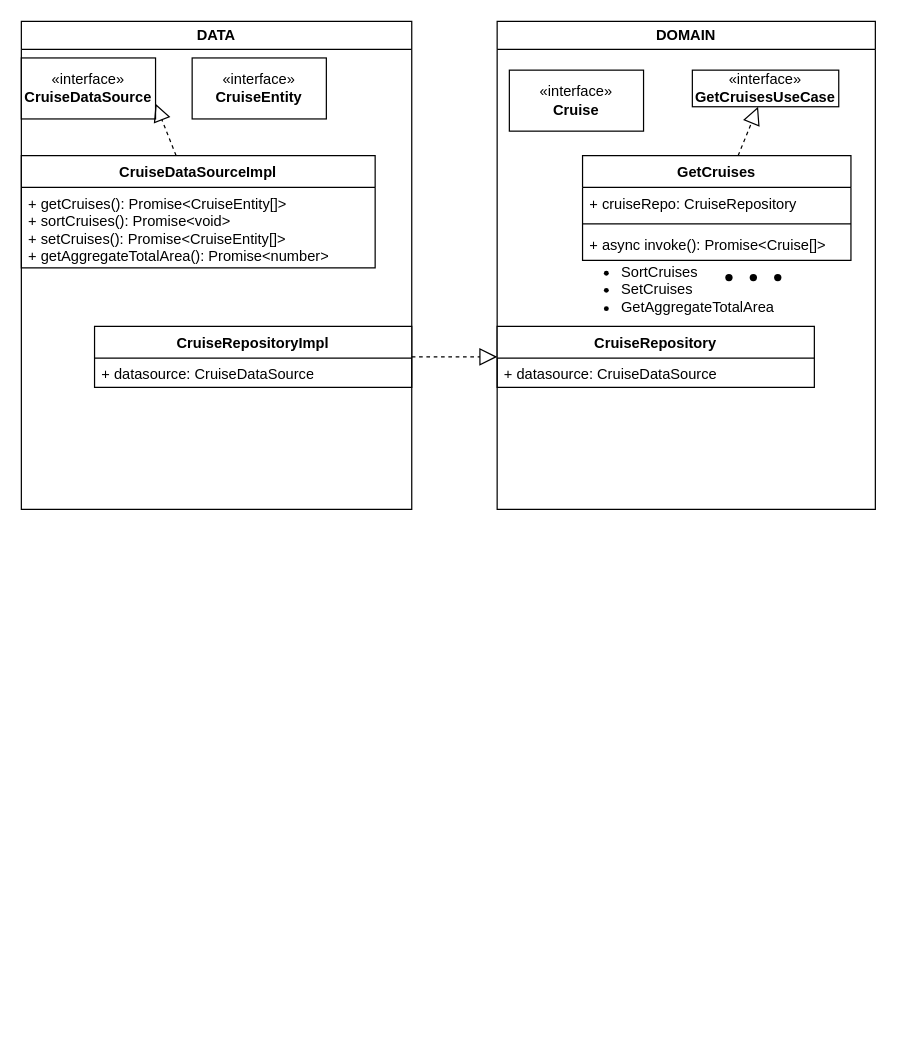
Above: Untitled Diagram.drawio in jph6366/tide-pool (draw.io), before the change. Source tidied: cells renumbered, new cells numbered last; positions are measured from the earlier drawing's top-left corner, leaving out a move shared by most shapes. Both pictures are drawn from the tidied source at 122%, with x=0, y=0 at pixel (21, 21).
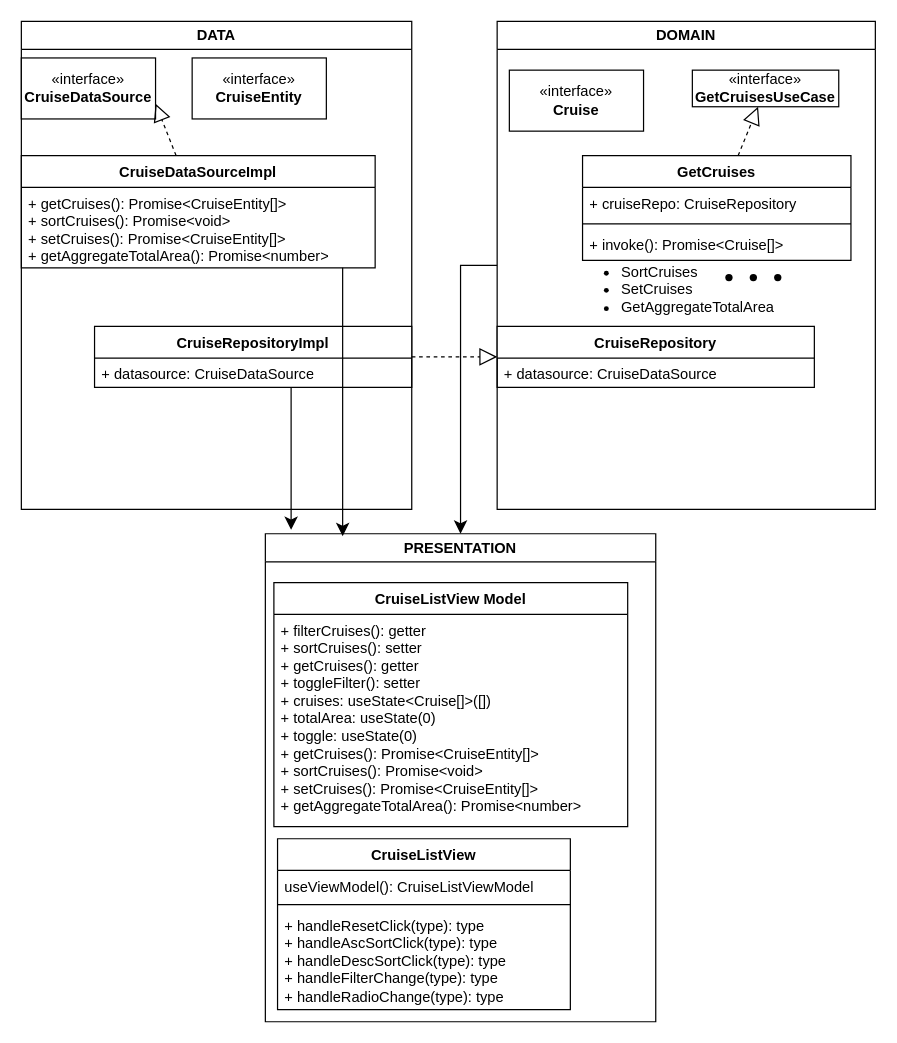
The same diagram, later.

Unchanged cells that the change refers to:
```xml
<mxCell id="4" value="&lt;b&gt;CruiseDataSourceImpl&lt;/b&gt;" style="swimlane;fontStyle=1;align=center;verticalAlign=top;horizontal=1;startSize=26;whiteSpace=wrap;html=1;" parent="2" vertex="1">
  <mxGeometry y="110" width="290" height="92" as="geometry" />
</mxCell>
<mxCell id="6" value="CruiseRepositoryImpl" style="swimlane;fontStyle=1;align=center;verticalAlign=top;horizontal=1;startSize=26;whiteSpace=wrap;html=1;" parent="2" vertex="1">
  <mxGeometry x="60" y="250" width="260" height="50" as="geometry" />
</mxCell>
<mxCell id="10" value="DOMAIN" style="swimlane;whiteSpace=wrap;html=1;" parent="1" vertex="1">
  <mxGeometry x="390" width="310" height="400" as="geometry" />
</mxCell>
<mxCell id="15" value="GetCruises" style="swimlane;fontStyle=1;align=center;verticalAlign=top;horizontal=1;startSize=26;whiteSpace=wrap;html=1;" parent="10" vertex="1">
  <mxGeometry x="70" y="110" width="220" height="86" as="geometry" />
</mxCell>
```

Change to the diagram source:
```diff
@@
-    <mxCell id="18" value="+ async invoke(): Promise&amp;lt;Cruise[]&amp;gt;" style="text;strokeColor=none;fillColor=none;align=left;verticalAlign=top;spacingLeft=4;spacingRight=4;overflow=hidden;whiteSpace=wrap;html=1;" parent="15" vertex="1">
+    <mxCell id="18" value="+ invoke(): Promise&amp;lt;Cruise[]&amp;gt;" style="text;strokeColor=none;fillColor=none;align=left;verticalAlign=top;spacingLeft=4;spacingRight=4;overflow=hidden;whiteSpace=wrap;html=1;" parent="15" vertex="1">
       <mxGeometry y="60" width="220" height="26" as="geometry" />
     </mxCell>
@@
+    <mxCell id="25" value="PRESENTATION" style="swimlane;whiteSpace=wrap;html=1;" parent="1" vertex="1">
+      <mxGeometry x="200" y="420" width="320" height="400" as="geometry" />
+    </mxCell>
+    <mxCell id="26" value="&lt;b&gt;CruiseListView Model&lt;/b&gt;" style="swimlane;fontStyle=1;align=center;verticalAlign=top;horizontal=1;startSize=26;whiteSpace=wrap;html=1;" parent="25" vertex="1">
+      <mxGeometry x="7" y="40" width="290" height="200" as="geometry" />
+    </mxCell>
+    <mxCell id="27" value="&lt;div&gt;+ filterCruises(): getter&lt;div&gt;+ sortCruises(): setter&lt;/div&gt;&lt;div&gt;+ getCruises(): getter&lt;div&gt;+ toggleFilter(): setter&lt;/div&gt;&lt;/div&gt;&lt;div&gt;+ cruises:&amp;nbsp;useState&amp;lt;Cruise[]&amp;gt;([])&lt;div&gt;+ totalArea:&amp;nbsp;useState(0)&lt;/div&gt;&lt;/div&gt;&lt;div&gt;+ toggle:&amp;nbsp;useState(0)&lt;/div&gt;&lt;/div&gt;+ getCruises():&amp;nbsp;Promise&amp;lt;CruiseEntity[]&amp;gt;&lt;div&gt;+ sortCruises(): Promise&amp;lt;void&amp;gt;&lt;/div&gt;&lt;div&gt;+ setCruises(): Promise&amp;lt;CruiseEntity[]&amp;gt;&lt;/div&gt;&lt;div&gt;+ getAggregateTotalArea(): Promise&amp;lt;number&amp;gt;&lt;/div&gt;" style="text;strokeColor=none;fillColor=none;align=left;verticalAlign=top;spacingLeft=4;spacingRight=4;overflow=hidden;whiteSpace=wrap;html=1;" parent="26" vertex="1">
+      <mxGeometry y="26" width="290" height="174" as="geometry" />
+    </mxCell>
+    <mxCell id="28" value="CruiseListView" style="swimlane;fontStyle=1;align=center;verticalAlign=top;horizontal=1;startSize=26;whiteSpace=wrap;html=1;" parent="25" vertex="1">
+      <mxGeometry x="10" y="250" width="240" height="140" as="geometry" />
+    </mxCell>
+    <mxCell id="29" value="useViewModel(): CruiseListViewModel" style="text;strokeColor=none;fillColor=none;align=left;verticalAlign=top;spacingLeft=4;spacingRight=4;overflow=hidden;whiteSpace=wrap;html=1;" parent="28" vertex="1">
+      <mxGeometry y="26" width="240" height="24" as="geometry" />
+    </mxCell>
+    <mxCell id="30" style="line;strokeWidth=1;fillColor=none;align=left;verticalAlign=middle;spacingTop=-1;spacingLeft=3;spacingRight=3;labelPosition=right;strokeColor=inherit;" parent="28" vertex="1">
+      <mxGeometry y="50" width="240" height="8" as="geometry" />
+    </mxCell>
+    <mxCell id="31" value="+ handleResetClick(type): type&lt;div&gt;+&amp;nbsp;handleAscSortClick&lt;span style=&quot;background-color: initial;&quot;&gt;(type): type&lt;/span&gt;&lt;/div&gt;&lt;div&gt;+ handleDescSortClick(type): type&lt;/div&gt;&lt;div&gt;+ handleFilterChange(type): type&lt;/div&gt;&lt;div&gt;+ handleRadioChange(type): type&lt;/div&gt;" style="text;strokeColor=none;fillColor=none;align=left;verticalAlign=top;spacingLeft=4;spacingRight=4;overflow=hidden;whiteSpace=wrap;html=1;" parent="28" vertex="1">
+      <mxGeometry y="58" width="240" height="82" as="geometry" />
+    </mxCell>
+    <mxCell id="32" style="edgeStyle=segmentEdgeStyle;endArrow=classic;html=1;curved=0;rounded=0;endSize=8;startSize=8;" parent="1" edge="1" source="10" target="25">
+      <mxGeometry relative="1" as="geometry" />
+    </mxCell>
+    <mxCell id="33" style="edgeStyle=segmentEdgeStyle;endArrow=classic;html=1;curved=0;rounded=0;endSize=8;startSize=8;entryX=0.066;entryY=-0.008;entryDx=0;entryDy=0;entryPerimeter=0;" parent="1" edge="1" source="6" target="25">
+      <mxGeometry relative="1" as="geometry" />
+    </mxCell>
+    <mxCell id="34" style="edgeStyle=segmentEdgeStyle;endArrow=classic;html=1;curved=0;rounded=0;endSize=8;startSize=8;entryX=0.198;entryY=0.005;entryDx=0;entryDy=0;entryPerimeter=0;" parent="1" edge="1" source="4" target="25">
+      <mxGeometry relative="1" as="geometry" />
+    </mxCell>
```
